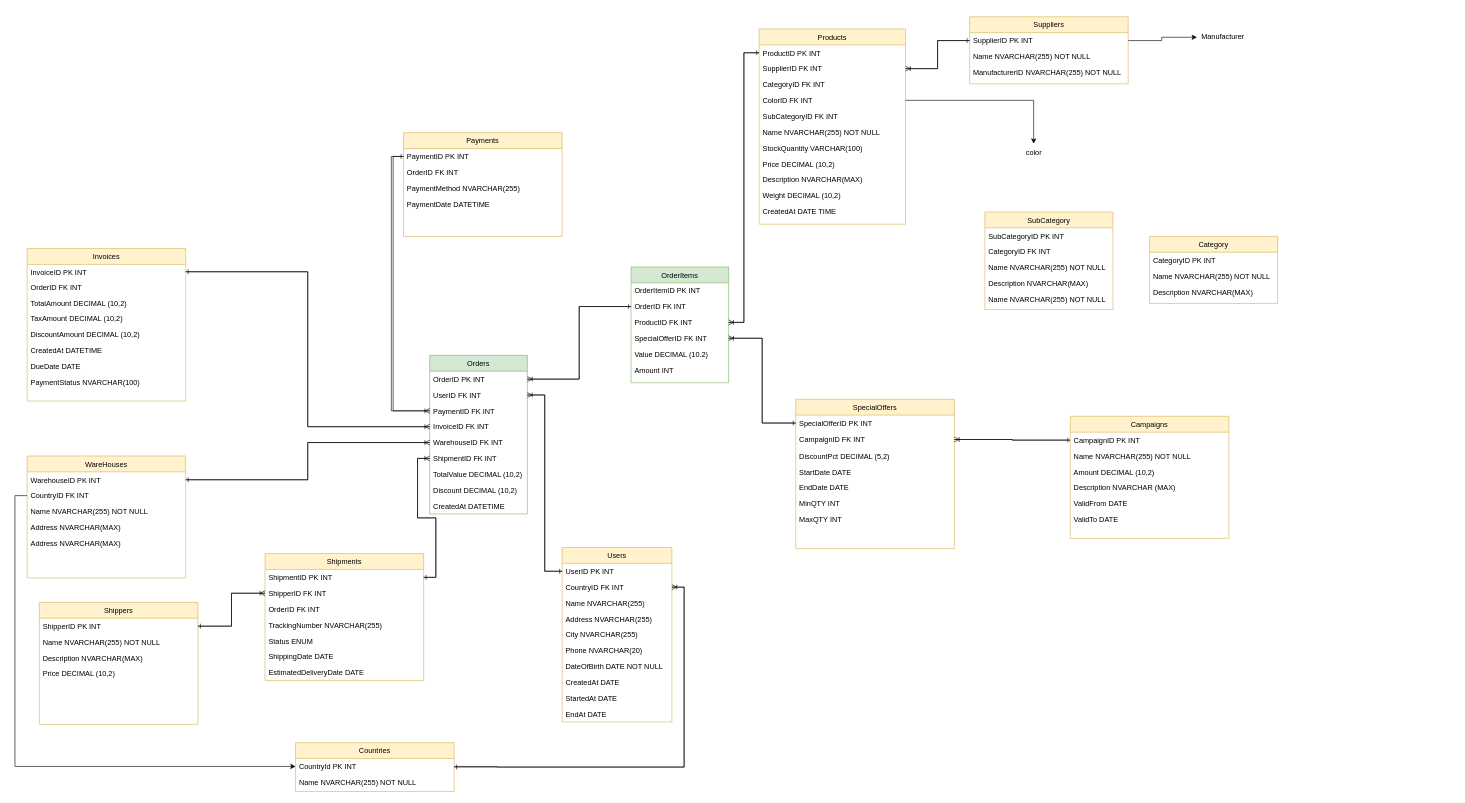
Before: star diagram.drawio in LuccaLinguine/BankDB, a draw.io diagram. Source tidied: cells renumbered, new cells numbered last; positions are measured from the earlier drawing's top-left corner, leaving out a move shared by most shapes. Both pictures are drawn from the tidied source at 61%, with x=0, y=0 at pixel (27, 16).
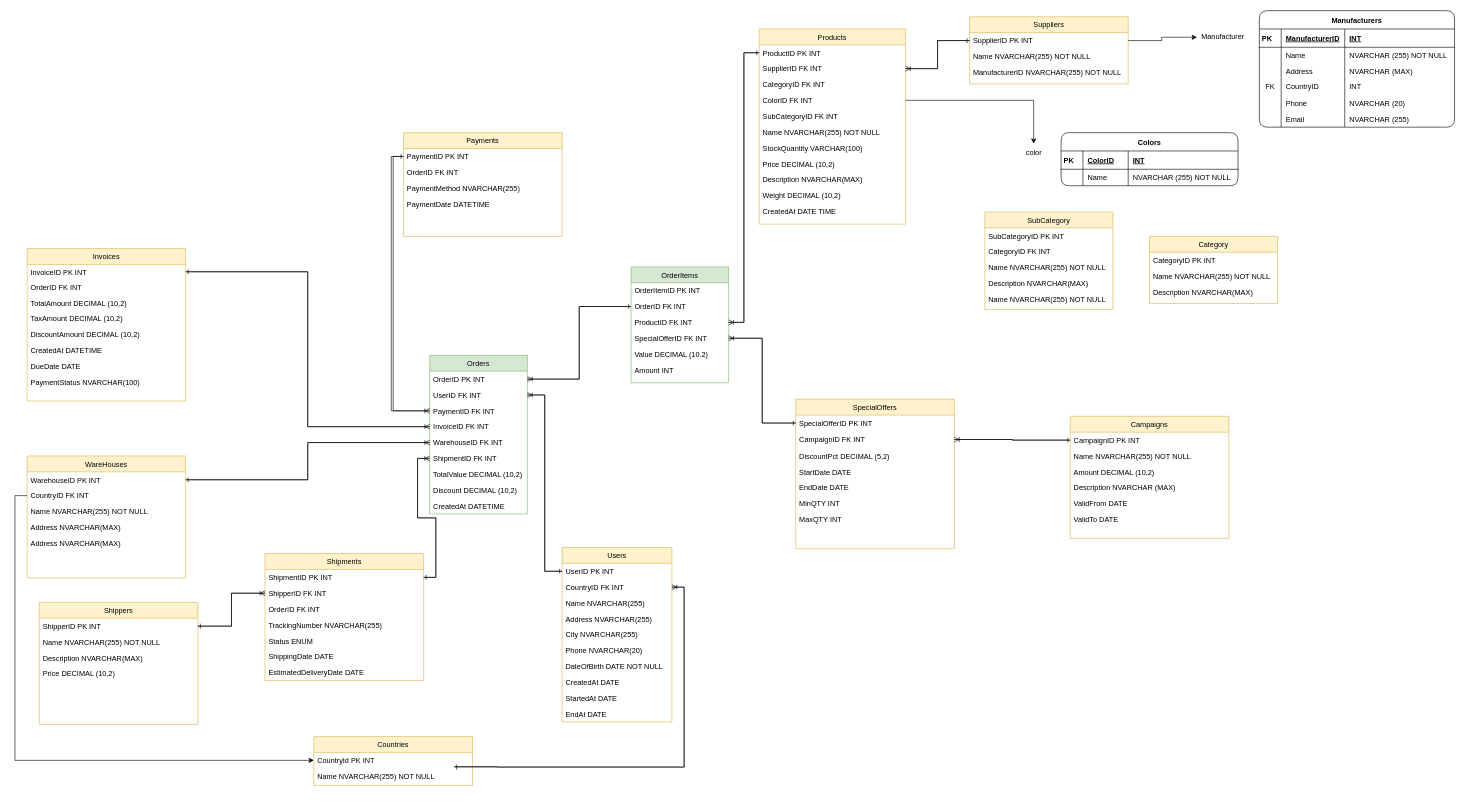
After the change.

Diff of the diagram source:
```diff
@@
     <mxCell id="104" value="Countries" style="swimlane;fontStyle=0;align=center;verticalAlign=top;horizontal=1;startSize=26;rounded=0;shadow=0;strokeWidth=1;fillColor=#fff2cc;strokeColor=#d6b656;" parent="1" vertex="1">
-      <mxGeometry x="440" y="1190" width="260" height="80" as="geometry" />
+      <mxGeometry x="470" y="1180" width="260" height="80" as="geometry" />
     </mxCell>
@@
+    <mxCell id="136" value="Manufacturers" style="shape=table;startSize=30;childLayout=tableLayout;rowLines=0;fontStyle=1;align=center;swimlaneFillColor=default;rounded=1;" parent="1" vertex="1">
+      <mxGeometry x="2020" y="-10" width="320" height="191" as="geometry" />
+    </mxCell>
+    <mxCell id="137" style="shape=partialRectangle;fillColor=none;top=0;left=0;right=0;bottom=1;rounded=1;" parent="136" vertex="1">
+      <mxGeometry y="30" width="320" height="30" as="geometry" />
+    </mxCell>
+    <mxCell id="138" value="PK   " style="shape=partialRectangle;overflow=hidden;fillColor=none;top=0;left=0;bottom=0;right=0;fontStyle=1;rounded=1;" parent="137" vertex="1">
+      <mxGeometry width="35.8" height="30" as="geometry" />
+    </mxCell>
+    <mxCell id="139" value="ManufacturerID" style="shape=partialRectangle;overflow=hidden;fillColor=none;top=0;left=0;bottom=0;right=0;align=left;spacingLeft=6;fontStyle=5;rounded=1;" parent="137" vertex="1">
+      <mxGeometry x="35.8" width="104.2" height="30" as="geometry" />
+    </mxCell>
+    <mxCell id="140" value="INT" style="shape=partialRectangle;overflow=hidden;fillColor=none;top=0;left=0;bottom=0;right=0;align=left;spacingLeft=6;fontStyle=5;rounded=1;" parent="137" vertex="1">
+      <mxGeometry x="140" width="180" height="30" as="geometry" />
+    </mxCell>
+    <mxCell id="141" style="shape=partialRectangle;fillColor=none;top=0;left=0;right=0;bottom=0;rounded=1;" parent="136" vertex="1">
+      <mxGeometry y="60" width="320" height="27" as="geometry" />
+    </mxCell>
+    <mxCell id="142" style="shape=partialRectangle;overflow=hidden;fillColor=none;top=0;left=0;bottom=0;right=0;rounded=1;" parent="141" vertex="1">
+      <mxGeometry width="35.8" height="27" as="geometry" />
+    </mxCell>
+    <mxCell id="143" value="Name" style="shape=partialRectangle;overflow=hidden;fillColor=none;top=0;left=0;bottom=0;right=0;align=left;spacingLeft=6;rounded=1;" parent="141" vertex="1">
+      <mxGeometry x="35.8" width="104.2" height="27" as="geometry" />
+    </mxCell>
+    <mxCell id="144" value="NVARCHAR (255) NOT NULL" style="shape=partialRectangle;overflow=hidden;fillColor=none;top=0;left=0;bottom=0;right=0;align=left;spacingLeft=6;rounded=1;" parent="141" vertex="1">
+      <mxGeometry x="140" width="180" height="27" as="geometry" />
+    </mxCell>
+    <mxCell id="145" style="shape=partialRectangle;fillColor=none;top=0;left=0;right=0;bottom=0;rounded=1;" parent="136" vertex="1">
+      <mxGeometry y="87" width="320" height="23" as="geometry" />
+    </mxCell>
+    <mxCell id="146" style="shape=partialRectangle;overflow=hidden;fillColor=none;top=0;left=0;bottom=0;right=0;rounded=1;" parent="145" vertex="1">
+      <mxGeometry width="35.8" height="23" as="geometry" />
+    </mxCell>
+    <mxCell id="147" value="Address" style="shape=partialRectangle;overflow=hidden;fillColor=none;top=0;left=0;bottom=0;right=0;align=left;spacingLeft=6;rounded=1;" parent="145" vertex="1">
+      <mxGeometry x="35.8" width="104.2" height="23" as="geometry" />
+    </mxCell>
+    <mxCell id="148" value="NVARCHAR (MAX)" style="shape=partialRectangle;overflow=hidden;fillColor=none;top=0;left=0;bottom=0;right=0;align=left;spacingLeft=6;rounded=1;" parent="145" vertex="1">
+      <mxGeometry x="140" width="180" height="23" as="geometry" />
+    </mxCell>
+    <mxCell id="149" style="shape=partialRectangle;fillColor=none;top=0;left=0;right=0;bottom=0;rounded=1;" parent="136" vertex="1">
+      <mxGeometry y="110" width="320" height="28" as="geometry" />
+    </mxCell>
+    <mxCell id="150" value="FK" style="shape=partialRectangle;overflow=hidden;fillColor=none;top=0;left=0;bottom=0;right=0;rounded=1;" parent="149" vertex="1">
+      <mxGeometry width="35.8" height="28" as="geometry" />
+    </mxCell>
+    <mxCell id="151" value="CountryID" style="shape=partialRectangle;overflow=hidden;fillColor=none;top=0;left=0;bottom=0;right=0;align=left;spacingLeft=6;rounded=1;" parent="149" vertex="1">
+      <mxGeometry x="35.8" width="104.2" height="28" as="geometry" />
+    </mxCell>
+    <mxCell id="152" value="INT" style="shape=partialRectangle;overflow=hidden;fillColor=none;top=0;left=0;bottom=0;right=0;align=left;spacingLeft=6;rounded=1;" parent="149" vertex="1">
+      <mxGeometry x="140" width="180" height="28" as="geometry" />
+    </mxCell>
+    <mxCell id="153" style="shape=partialRectangle;fillColor=none;top=0;left=0;right=0;bottom=0;rounded=1;" parent="136" vertex="1">
+      <mxGeometry y="138" width="320" height="28" as="geometry" />
+    </mxCell>
+    <mxCell id="154" style="shape=partialRectangle;overflow=hidden;fillColor=none;top=0;left=0;bottom=0;right=0;rounded=1;" parent="153" vertex="1">
+      <mxGeometry width="35.8" height="28" as="geometry" />
+    </mxCell>
+    <mxCell id="155" value="Phone" style="shape=partialRectangle;overflow=hidden;fillColor=none;top=0;left=0;bottom=0;right=0;align=left;spacingLeft=6;rounded=1;" parent="153" vertex="1">
+      <mxGeometry x="35.8" width="104.2" height="28" as="geometry" />
+    </mxCell>
+    <mxCell id="156" value="NVARCHAR (20)" style="shape=partialRectangle;overflow=hidden;fillColor=none;top=0;left=0;bottom=0;right=0;align=left;spacingLeft=6;rounded=1;" parent="153" vertex="1">
+      <mxGeometry x="140" width="180" height="28" as="geometry" />
+    </mxCell>
+    <mxCell id="157" style="shape=partialRectangle;fillColor=none;top=0;left=0;right=0;bottom=0;rounded=1;" parent="136" vertex="1">
+      <mxGeometry y="166" width="320" height="25" as="geometry" />
+    </mxCell>
+    <mxCell id="158" style="shape=partialRectangle;overflow=hidden;fillColor=none;top=0;left=0;bottom=0;right=0;rounded=1;" parent="157" vertex="1">
+      <mxGeometry width="35.8" height="25" as="geometry" />
+    </mxCell>
+    <mxCell id="159" value="Email" style="shape=partialRectangle;overflow=hidden;fillColor=none;top=0;left=0;bottom=0;right=0;align=left;spacingLeft=6;rounded=1;" parent="157" vertex="1">
+      <mxGeometry x="35.8" width="104.2" height="25" as="geometry" />
+    </mxCell>
+    <mxCell id="160" value="NVARCHAR (255)" style="shape=partialRectangle;overflow=hidden;fillColor=none;top=0;left=0;bottom=0;right=0;align=left;spacingLeft=6;rounded=1;" parent="157" vertex="1">
+      <mxGeometry x="140" width="180" height="25" as="geometry" />
+    </mxCell>
+    <mxCell id="161" value="Colors" style="shape=table;startSize=30;childLayout=tableLayout;rowLines=0;fontStyle=1;align=center;swimlaneFillColor=default;rounded=1;" parent="1" vertex="1">
+      <mxGeometry x="1695" y="190" width="290" height="87" as="geometry" />
+    </mxCell>
+    <mxCell id="162" style="shape=partialRectangle;fillColor=none;top=0;left=0;right=0;bottom=1;rounded=1;" parent="161" vertex="1">
+      <mxGeometry y="30" width="290" height="30" as="geometry" />
+    </mxCell>
+    <mxCell id="163" value="PK   " style="shape=partialRectangle;overflow=hidden;fillColor=none;top=0;left=0;bottom=0;right=0;fontStyle=1;rounded=1;" parent="162" vertex="1">
+      <mxGeometry width="35.8" height="30" as="geometry" />
+    </mxCell>
+    <mxCell id="164" value="ColorID" style="shape=partialRectangle;overflow=hidden;fillColor=none;top=0;left=0;bottom=0;right=0;align=left;spacingLeft=6;fontStyle=5;rounded=1;" parent="162" vertex="1">
+      <mxGeometry x="35.8" width="74.2" height="30" as="geometry" />
+    </mxCell>
+    <mxCell id="165" value="INT" style="shape=partialRectangle;overflow=hidden;fillColor=none;top=0;left=0;bottom=0;right=0;align=left;spacingLeft=6;fontStyle=5;rounded=1;" parent="162" vertex="1">
+      <mxGeometry x="110" width="180" height="30" as="geometry" />
+    </mxCell>
+    <mxCell id="166" style="shape=partialRectangle;fillColor=none;top=0;left=0;right=0;bottom=0;rounded=1;" parent="161" vertex="1">
+      <mxGeometry y="60" width="290" height="27" as="geometry" />
+    </mxCell>
+    <mxCell id="167" style="shape=partialRectangle;overflow=hidden;fillColor=none;top=0;left=0;bottom=0;right=0;rounded=1;" parent="166" vertex="1">
+      <mxGeometry width="35.8" height="27" as="geometry" />
+    </mxCell>
+    <mxCell id="168" value="Name" style="shape=partialRectangle;overflow=hidden;fillColor=none;top=0;left=0;bottom=0;right=0;align=left;spacingLeft=6;rounded=1;" parent="166" vertex="1">
+      <mxGeometry x="35.8" width="74.2" height="27" as="geometry" />
+    </mxCell>
+    <mxCell id="169" value="NVARCHAR (255) NOT NULL" style="shape=partialRectangle;overflow=hidden;fillColor=none;top=0;left=0;bottom=0;right=0;align=left;spacingLeft=6;rounded=1;" parent="166" vertex="1">
+      <mxGeometry x="110" width="180" height="27" as="geometry" />
+    </mxCell>
```
